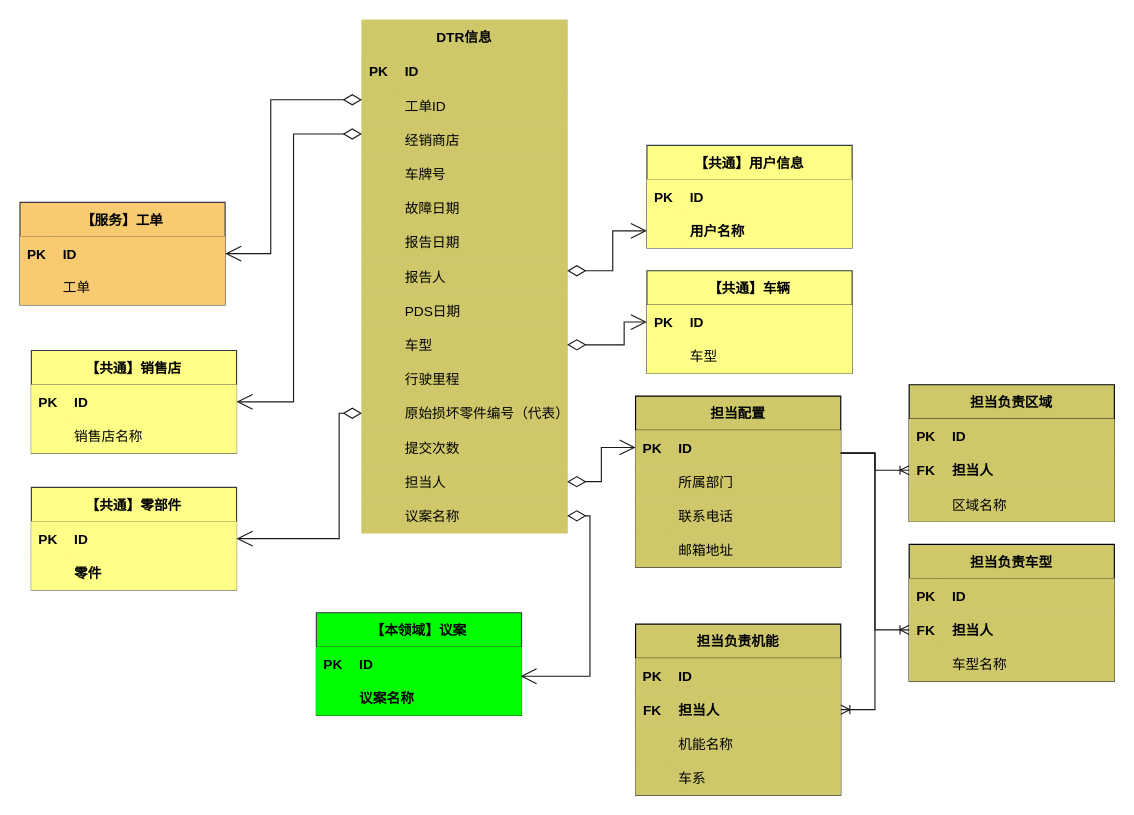
1132489442/designer keeps this draw.io diagram as page "DTR聚合根" (2 of 5) of images/DTR时序图.drawio. Above is the earlier version. Source tidied: cells renumbered, new cells numbered last; positions are measured from the earlier drawing's top-left corner, leaving out a move shared by most shapes. Both pictures are drawn from the tidied source at 114%, with x=0, y=0 at pixel (19, 19).
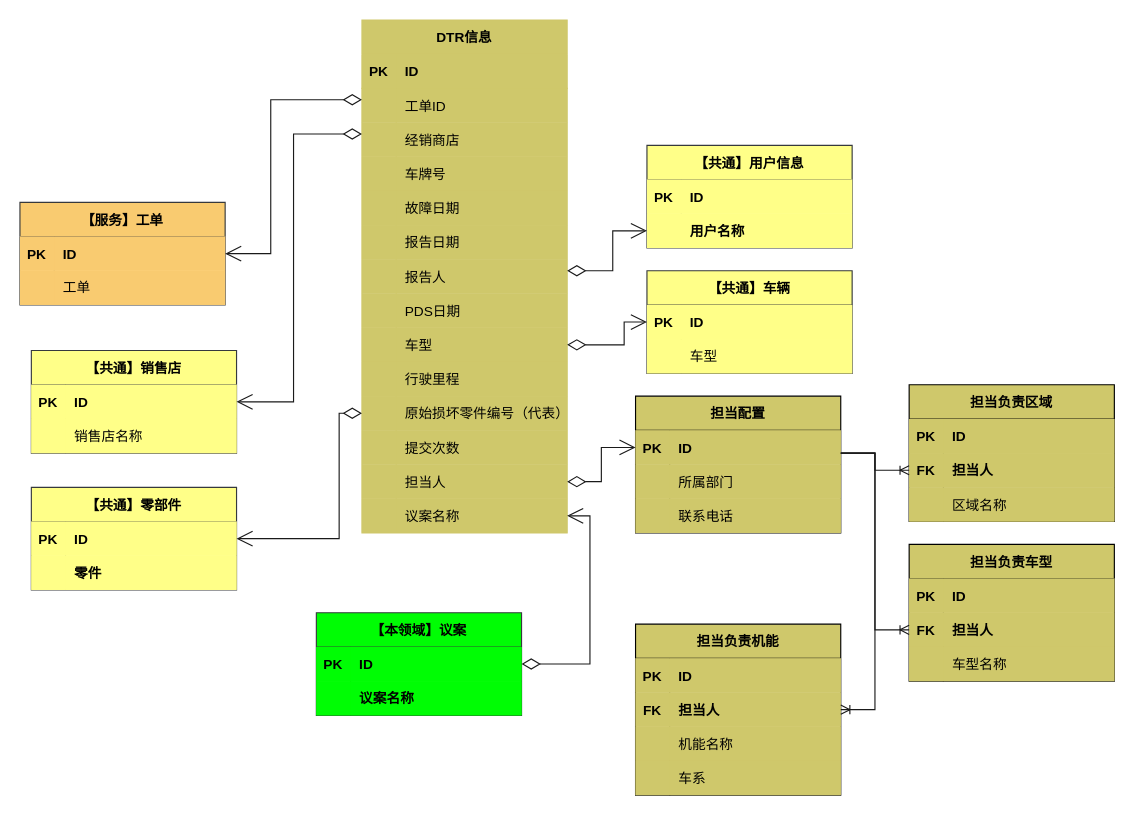
Above is the later version.

Commit message:
更新DTR时序图.drawio

Unchanged cells that the change refers to:
```xml
<mxCell id="116" style="shape=partialRectangle;fillColor=#CFC86B;top=0;left=0;bottom=0;right=0;points=[[0,0.5],[1,0.5]];portConstraint=eastwest;strokeColor=#CFC86B;spacingTop=0;fontStyle=0;perimeterSpacing=0;swimlaneLine=1;sketch=0;shadow=0;labelBorderColor=none;labelBackgroundColor=none;" parent="76" vertex="1">
  <mxGeometry y="420" width="180" height="30" as="geometry" />
</mxCell>
<mxCell id="135" value="【本领域】议案" style="shape=table;startSize=30;childLayout=tableLayout;rowLines=0;fontStyle=1;align=center;fillColor=#00FD04;strokeColor=#36393d;swimlaneLine=1;shadow=0;labelBorderColor=none;labelBackgroundColor=none;" parent="1" vertex="1">
  <mxGeometry x="260" y="520" width="180" height="90" as="geometry" />
</mxCell>
<mxCell id="136" style="shape=partialRectangle;fillColor=#00FD04;top=0;left=0;bottom=0;right=0;points=[[0,0.5],[1,0.5]];portConstraint=eastwest;strokeColor=#36393d;swimlaneLine=1;shadow=0;labelBorderColor=none;labelBackgroundColor=none;" parent="135" vertex="1">
  <mxGeometry y="30" width="180" height="30" as="geometry" />
</mxCell>
```

What changed in the source:
```diff
@@
     <mxCell id="2" value="担当配置" style="shape=table;startSize=30;childLayout=tableLayout;rowLines=0;fontStyle=1;align=center;rounded=0;fillColor=#CFC86B;strokeColor=default;swimlaneLine=1;shadow=0;labelBorderColor=none;labelBackgroundColor=none;" parent="1" vertex="1">
-      <mxGeometry x="540" y="330" width="180" height="150" as="geometry" />
+      <mxGeometry x="540" y="330" width="180" height="120" as="geometry" />
     </mxCell>
@@
-    <mxCell id="12" style="shape=partialRectangle;fillColor=#CFC86B;top=0;left=0;bottom=0;right=0;rounded=1;strokeColor=default;swimlaneLine=1;shadow=0;labelBorderColor=none;labelBackgroundColor=none;" parent="2" vertex="1">
-      <mxGeometry y="120" width="180" height="30" as="geometry" />
-    </mxCell>
-    <mxCell id="13" style="shape=partialRectangle;fillColor=#CFC86B;top=0;left=0;bottom=0;right=0;overflow=hidden;rounded=1;strokeColor=default;swimlaneLine=1;shadow=0;labelBorderColor=none;labelBackgroundColor=none;" parent="12" vertex="1">
-      <mxGeometry width="30" height="30" as="geometry" />
-    </mxCell>
-    <mxCell id="14" value="邮箱地址" style="shape=partialRectangle;fillColor=#CFC86B;top=0;left=0;bottom=0;right=0;align=left;spacingLeft=6;overflow=hidden;rounded=1;strokeColor=default;swimlaneLine=1;shadow=0;labelBorderColor=none;labelBackgroundColor=none;" parent="12" vertex="1">
-      <mxGeometry x="30" width="150" height="30" as="geometry" />
-    </mxCell>
@@
-    <mxCell id="142" style="endArrow=open;html=1;endSize=12;startArrow=diamondThin;startSize=14;startFill=0;edgeStyle=orthogonalEdgeStyle;align=left;verticalAlign=bottom;rounded=0;strokeColor=#1A1A1A;entryX=0.995;entryY=0.857;entryDx=0;entryDy=0;exitX=1;exitY=0.5;exitDx=0;exitDy=0;entryPerimeter=0;" parent="1" edge="1" target="136">
-      <mxGeometry x="-1" y="3" relative="1" as="geometry">
-        <mxPoint x="480" y="435" as="sourcePoint" />
-        <Array as="points">
-          <mxPoint x="500" y="435" />
-          <mxPoint x="500" y="576" />
-        </Array>
-      </mxGeometry>
-    </mxCell>
+    <mxCell id="143" style="endArrow=open;html=1;endSize=12;startArrow=diamondThin;startSize=14;startFill=0;edgeStyle=orthogonalEdgeStyle;align=left;verticalAlign=bottom;rounded=0;strokeColor=#1A1A1A;entryX=1;entryY=0.5;entryDx=0;entryDy=0;exitX=1;exitY=0.5;exitDx=0;exitDy=0;" parent="1" edge="1" source="135" target="116">
+      <mxGeometry x="-1" y="3" relative="1" as="geometry">
+        <Array as="points">
+          <mxPoint x="500" y="565" />
+          <mxPoint x="500" y="435" />
+        </Array>
+      </mxGeometry>
+    </mxCell>
```
